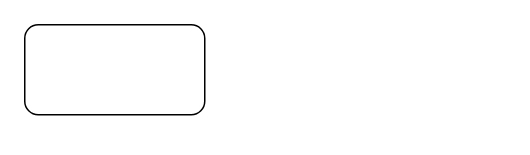
Above: draw/百运商城系统架构.drawio in zhangqinghua/hexo_image (draw.io), before the change. Source tidied: cells renumbered, new cells numbered last; positions are measured from the earlier drawing's top-left corner, leaving out a move shared by most shapes. Both pictures are drawn from the tidied source at 150%, with x=0, y=0 at pixel (24, 24).
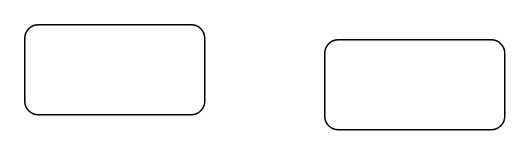
The same diagram, later.

Commit message:
更新百运商城系统架构.drawio

Diff of the diagram source:
```diff
@@
 <mxGraphModel>
   <root>
     <mxCell id="0" />
     <mxCell id="1" parent="0" />
     <mxCell id="2" style="rounded=1;whiteSpace=wrap;html=1;" parent="1" vertex="1">
       <mxGeometry width="120" height="60" as="geometry" />
     </mxCell>
+    <mxCell id="3" style="rounded=1;whiteSpace=wrap;html=1;" parent="1" vertex="1">
+      <mxGeometry x="200" y="10" width="120" height="60" as="geometry" />
+    </mxCell>
   </root>
 </mxGraphModel>
```
